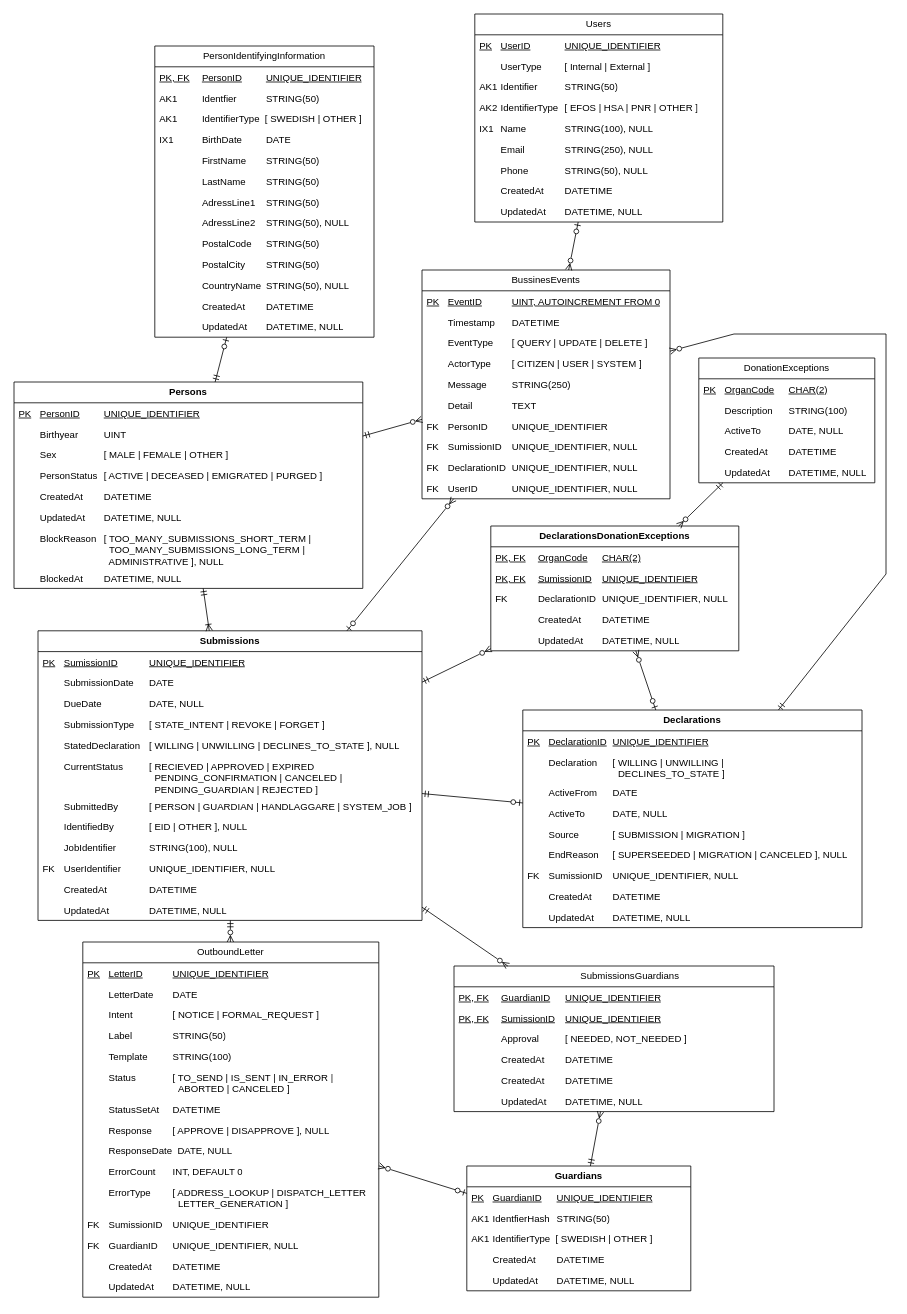
Above: page "Stående Logisk modell" (8 of 9) of Donationsregister.drawio in bhagqvist-consid/ICD11 (draw.io), before the change. Source tidied: cells renumbered, new cells numbered last; positions are measured from the earlier drawing's top-left corner, leaving out a move shared by most shapes. Both pictures are drawn from the tidied source at 80%, with x=0, y=0 at pixel (14, 14).
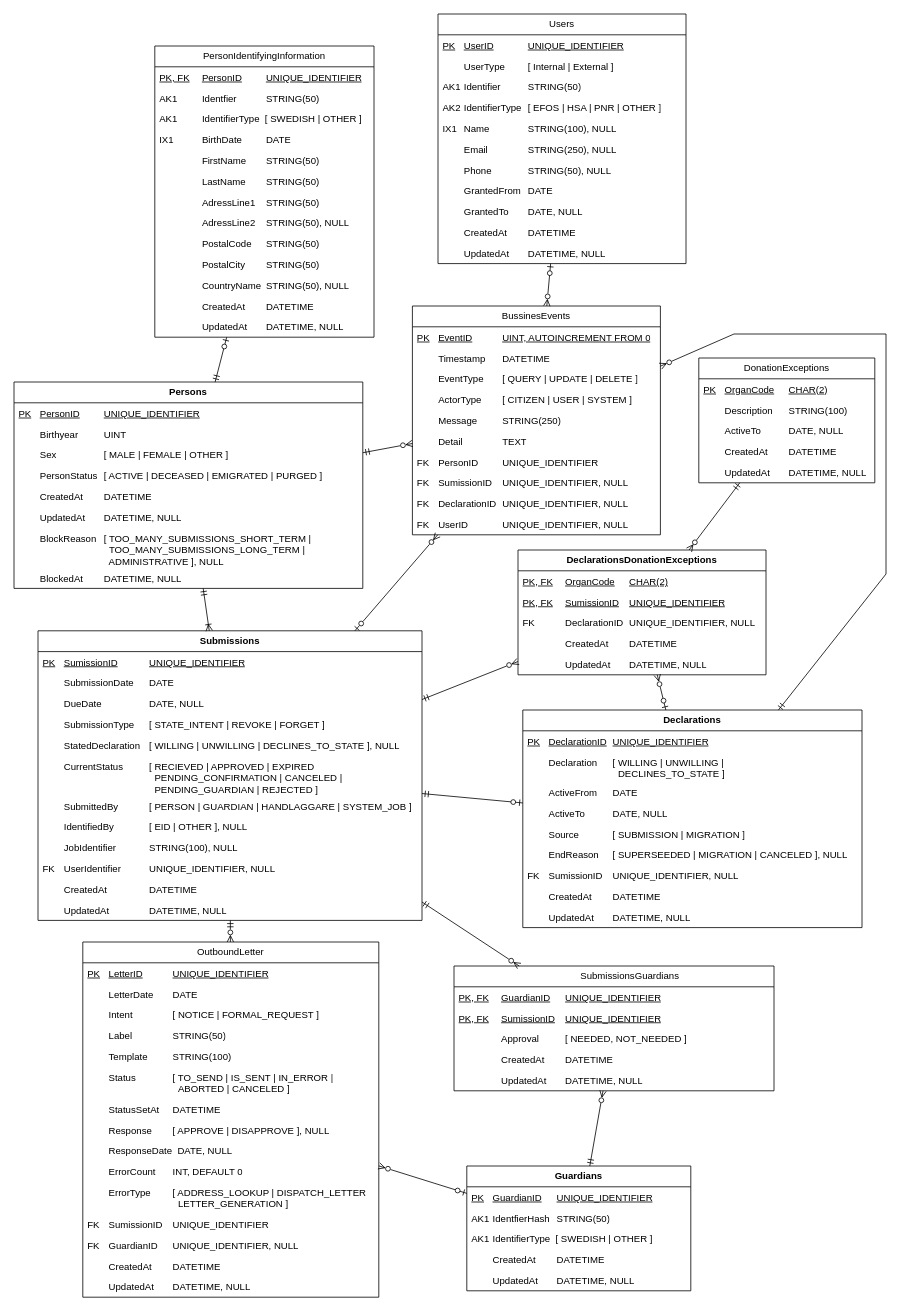
Above is the later version.

Change to the diagram source:
```diff
@@
     <mxCell id="70" value="BussinesEvents" style="swimlane;fontStyle=0;horizontal=1;startSize=26;fillColor=none;whiteSpace=wrap;html=1;" parent="1" vertex="1">
-      <mxGeometry x="510" y="320" width="310" height="286" as="geometry" />
+      <mxGeometry x="498" y="365" width="310" height="286" as="geometry" />
     </mxCell>
@@
     <mxCell id="81" value="Users" style="swimlane;fontStyle=0;horizontal=1;startSize=26;fillColor=none;whiteSpace=wrap;html=1;" parent="1" vertex="1">
-      <mxGeometry x="576" width="310" height="260" as="geometry" />
+      <mxGeometry x="530" width="310" height="312" as="geometry" />
     </mxCell>
@@
+    <mxCell id="124" value="&lt;span style=&quot;white-space: pre;&quot;&gt;&#9;&lt;/span&gt;GrantedFrom&lt;span style=&quot;white-space: pre;&quot;&gt;&#9;&lt;/span&gt;DATE" style="text;strokeColor=none;fillColor=none;align=left;verticalAlign=top;spacingLeft=4;spacingRight=4;overflow=hidden;whiteSpace=wrap;html=1;" parent="81" vertex="1">
+      <mxGeometry y="208" width="310" height="26" as="geometry" />
+    </mxCell>
+    <mxCell id="125" value="&lt;span style=&quot;white-space: pre;&quot;&gt;&#9;&lt;/span&gt;GrantedTo&lt;span style=&quot;white-space: pre;&quot;&gt;&#9;&lt;/span&gt;DATE, NULL" style="text;strokeColor=none;fillColor=none;align=left;verticalAlign=top;spacingLeft=4;spacingRight=4;overflow=hidden;whiteSpace=wrap;html=1;" parent="81" vertex="1">
+      <mxGeometry y="234" width="310" height="26" as="geometry" />
+    </mxCell>
     <mxCell id="89" value="&lt;span style=&quot;white-space: pre;&quot;&gt;&#9;&lt;/span&gt;CreatedAt&amp;nbsp; &lt;span style=&quot;white-space: pre;&quot;&gt;&#9;&lt;/span&gt;DATETIME" style="text;strokeColor=none;fillColor=none;align=left;verticalAlign=top;spacingLeft=4;spacingRight=4;overflow=hidden;whiteSpace=wrap;html=1;" parent="81" vertex="1">
-      <mxGeometry y="208" width="310" height="26" as="geometry" />
+      <mxGeometry y="260" width="310" height="26" as="geometry" />
     </mxCell>
     <mxCell id="90" value="&lt;span style=&quot;white-space: pre;&quot;&gt;&#9;&lt;/span&gt;UpdatedAt&amp;nbsp; &lt;span style=&quot;white-space: pre;&quot;&gt;&#9;&lt;/span&gt;DATETIME, NULL" style="text;strokeColor=none;fillColor=none;align=left;verticalAlign=top;spacingLeft=4;spacingRight=4;overflow=hidden;whiteSpace=wrap;html=1;" parent="81" vertex="1">
-      <mxGeometry y="234" width="310" height="26" as="geometry" />
+      <mxGeometry y="286" width="310" height="26" as="geometry" />
     </mxCell>
@@
     <mxCell id="97" value="DeclarationsDonationExceptions" style="swimlane;fontStyle=1;horizontal=1;startSize=26;fillColor=none;whiteSpace=wrap;html=1;" parent="1" vertex="1">
-      <mxGeometry x="596" y="640" width="310" height="156" as="geometry" />
+      <mxGeometry x="630" y="670" width="310" height="156" as="geometry" />
     </mxCell>
@@
     <mxCell id="103" value="&lt;blockquote style=&quot;margin: 0 0 0 40px; border: none; padding: 0px;&quot;&gt;SubmissionsGuardians&lt;/blockquote&gt;" style="swimlane;fontStyle=0;horizontal=1;startSize=26;fillColor=none;whiteSpace=wrap;html=1;" parent="1" vertex="1">
-      <mxGeometry x="550" y="1190" width="400" height="182" as="geometry" />
+      <mxGeometry x="550" y="1190" width="400" height="156" as="geometry" />
     </mxCell>
@@
-    <mxCell id="107" value="&lt;span style=&quot;white-space: pre;&quot;&gt;&lt;span style=&quot;white-space: pre;&quot;&gt;&#9;&lt;/span&gt;&#9;&lt;/span&gt;CreatedAt&amp;nbsp; &lt;span style=&quot;white-space: pre;&quot;&gt;&#9;&lt;/span&gt;DATETIME" style="text;strokeColor=none;fillColor=none;align=left;verticalAlign=top;spacingLeft=4;spacingRight=4;overflow=hidden;whiteSpace=wrap;html=1;" parent="103" vertex="1">
-      <mxGeometry y="104" width="400" height="26" as="geometry" />
-    </mxCell>
     <mxCell id="108" value="&lt;span style=&quot;white-space: pre;&quot;&gt;&lt;span style=&quot;white-space: pre;&quot;&gt;&#9;&lt;/span&gt;&#9;&lt;/span&gt;CreatedAt&amp;nbsp; &lt;span style=&quot;white-space: pre;&quot;&gt;&#9;&lt;/span&gt;DATETIME" style="text;strokeColor=none;fillColor=none;align=left;verticalAlign=top;spacingLeft=4;spacingRight=4;overflow=hidden;whiteSpace=wrap;html=1;" parent="103" vertex="1">
-      <mxGeometry y="130" width="400" height="26" as="geometry" />
+      <mxGeometry y="104" width="400" height="26" as="geometry" />
     </mxCell>
     <mxCell id="109" value="&lt;span style=&quot;white-space: pre;&quot;&gt;&lt;span style=&quot;white-space: pre;&quot;&gt;&#9;&lt;/span&gt;&#9;&lt;/span&gt;UpdatedAt&amp;nbsp; &lt;span style=&quot;white-space: pre;&quot;&gt;&#9;&lt;/span&gt;DATETIME, NULL" style="text;strokeColor=none;fillColor=none;align=left;verticalAlign=top;spacingLeft=4;spacingRight=4;overflow=hidden;whiteSpace=wrap;html=1;" parent="103" vertex="1">
-      <mxGeometry y="156" width="400" height="26" as="geometry" />
+      <mxGeometry y="130" width="400" height="26" as="geometry" />
     </mxCell>
```
